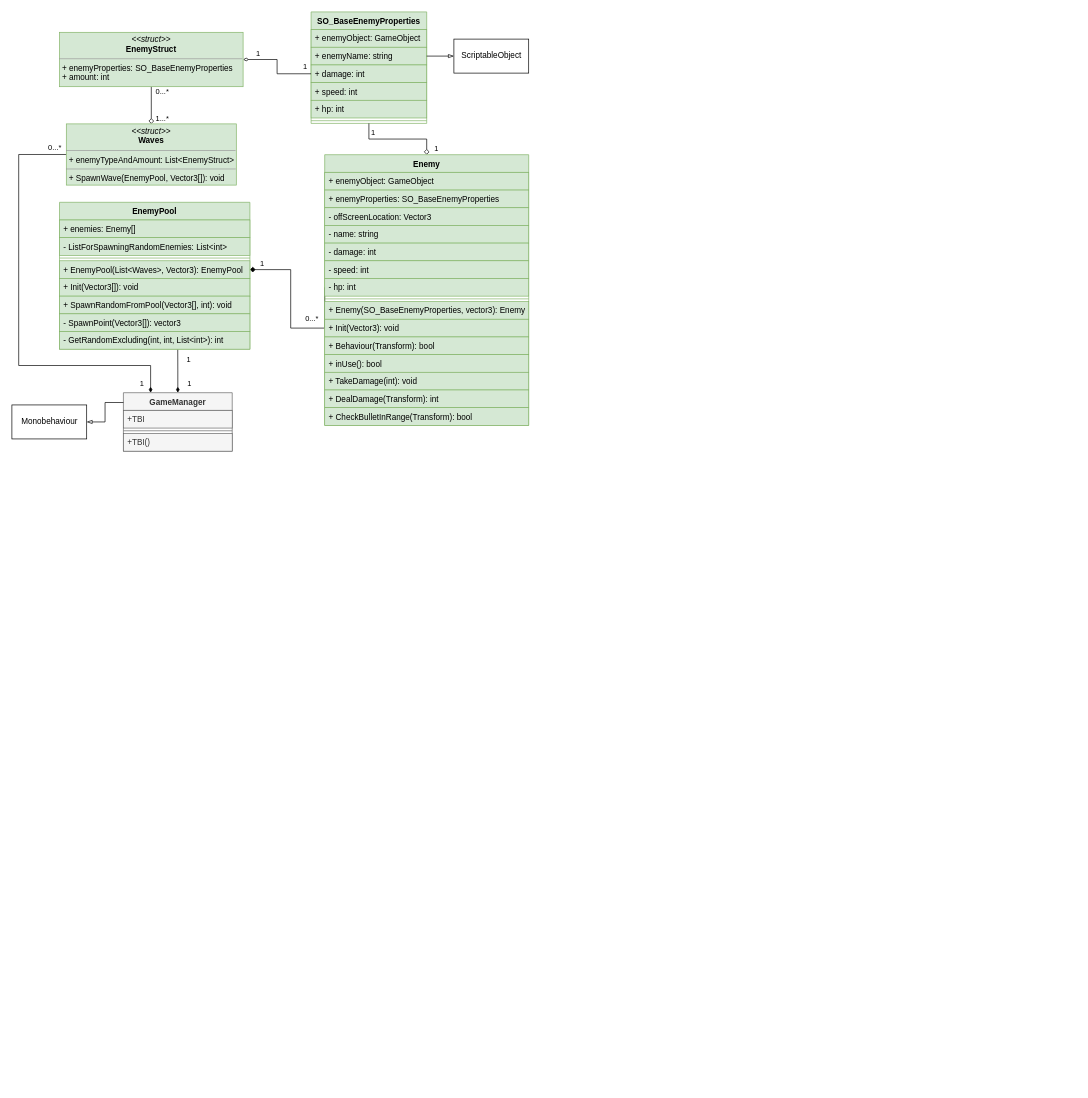
Before: UML_ClassDiagram.drawio in McYvar/Kernmodule-Architecture-Eindopdracht, a draw.io diagram. Source tidied: cells renumbered, new cells numbered last; positions are measured from the earlier drawing's top-left corner, leaving out a move shared by most shapes. Both pictures are drawn from the tidied source at 68%, with x=0, y=0 at pixel (12, 12).
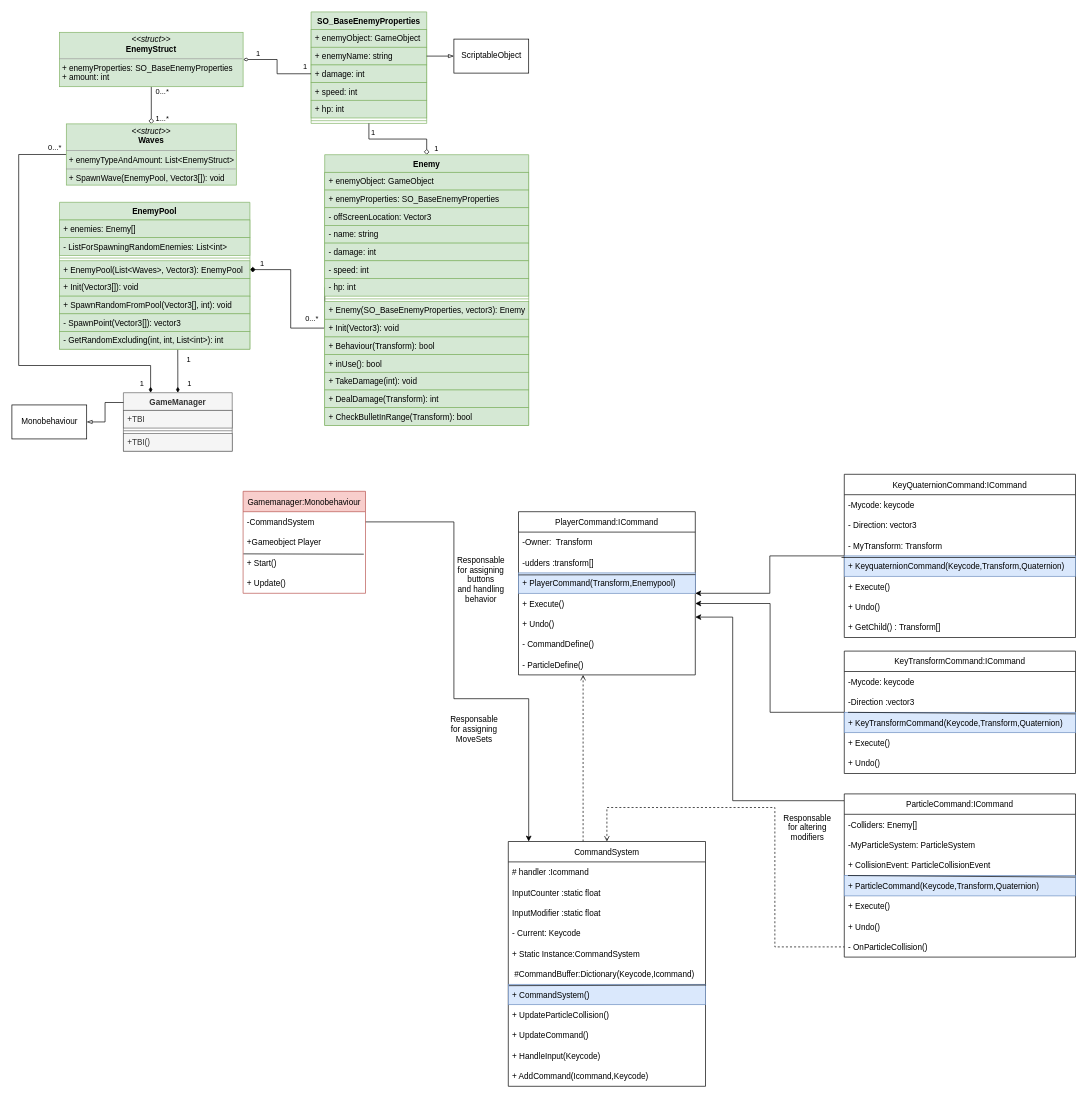
After the change.

Diff of the diagram source:
```diff
@@
+    <mxCell id="62" value="PlayerCommand:ICommand" style="swimlane;fontStyle=0;horizontal=1;startSize=30;" parent="1" vertex="1">
+      <mxGeometry x="745" y="735" width="260" height="240" as="geometry" />
+    </mxCell>
+    <mxCell id="63" value="-Owner:  Transform " style="text;strokeColor=none;fillColor=none;align=left;verticalAlign=middle;spacingLeft=4;spacingRight=4;overflow=hidden;" parent="62" vertex="1">
+      <mxGeometry y="30" width="260" height="30" as="geometry" />
+    </mxCell>
+    <mxCell id="64" value="-udders :transform[]" style="text;strokeColor=none;fillColor=none;align=left;verticalAlign=middle;spacingLeft=4;spacingRight=4;overflow=hidden;points=[[0,0.5],[1,0.5]];portConstraint=eastwest;" parent="62" vertex="1">
+      <mxGeometry y="60" width="260" height="30" as="geometry" />
+    </mxCell>
+    <mxCell id="65" value="+ PlayerCommand(Transform,Enemypool)" style="text;strokeColor=#6c8ebf;fillColor=#dae8fc;align=left;verticalAlign=middle;spacingLeft=4;spacingRight=4;overflow=hidden;points=[[0,0.5],[1,0.5]];portConstraint=eastwest;" parent="62" vertex="1">
+      <mxGeometry y="90" width="260" height="30" as="geometry" />
+    </mxCell>
+    <mxCell id="66" value="+ Execute()" style="text;strokeColor=none;fillColor=none;align=left;verticalAlign=middle;spacingLeft=4;spacingRight=4;overflow=hidden;" parent="62" vertex="1">
+      <mxGeometry y="120" width="260" height="30" as="geometry" />
+    </mxCell>
+    <mxCell id="67" value="+ Undo()" style="text;strokeColor=none;fillColor=none;align=left;verticalAlign=middle;spacingLeft=4;spacingRight=4;overflow=hidden;" parent="62" vertex="1">
+      <mxGeometry y="150" width="260" height="30" as="geometry" />
+    </mxCell>
+    <mxCell id="68" style="endArrow=none;html=1;rounded=0;fontSize=24;entryX=1;entryY=1.085;entryDx=0;entryDy=0;entryPerimeter=0;exitX=0;exitY=0.099;exitDx=0;exitDy=0;exitPerimeter=0;" parent="62" edge="1" source="65" target="64">
+      <mxGeometry relative="1" as="geometry" />
+    </mxCell>
+    <mxCell id="69" value="- CommandDefine()" style="text;strokeColor=none;fillColor=none;align=left;verticalAlign=middle;spacingLeft=4;spacingRight=4;overflow=hidden;" parent="62" vertex="1">
+      <mxGeometry y="180" width="260" height="30" as="geometry" />
+    </mxCell>
+    <mxCell id="70" value="- ParticleDefine()" style="text;strokeColor=none;fillColor=none;align=left;verticalAlign=middle;spacingLeft=4;spacingRight=4;overflow=hidden;" parent="62" vertex="1">
+      <mxGeometry y="210" width="260" height="30" as="geometry" />
+    </mxCell>
+    <mxCell id="71" style="edgeStyle=orthogonalEdgeStyle;rounded=0;jettySize=auto;html=1;fontSize=12;endArrow=classic;endFill=1;" parent="1" edge="1" source="72" target="80">
+      <mxGeometry relative="1" as="geometry">
+        <Array as="points">
+          <mxPoint x="650" y="750" />
+          <mxPoint x="650" y="1010" />
+          <mxPoint x="760" y="1010" />
+        </Array>
+      </mxGeometry>
+    </mxCell>
+    <mxCell id="72" value="Gamemanager:Monobehaviour" style="swimlane;fontStyle=0;horizontal=1;startSize=30;fillColor=#f8cecc;strokeColor=#b85450;" parent="1" vertex="1">
+      <mxGeometry x="340" y="705" width="180" height="150" as="geometry" />
+    </mxCell>
+    <mxCell id="73" value="-CommandSystem" style="text;strokeColor=none;fillColor=none;align=left;verticalAlign=middle;spacingLeft=4;spacingRight=4;overflow=hidden;" parent="72" vertex="1">
+      <mxGeometry y="30" width="180" height="30" as="geometry" />
+    </mxCell>
+    <mxCell id="74" value="+Gameobject Player" style="text;strokeColor=none;fillColor=none;align=left;verticalAlign=middle;spacingLeft=4;spacingRight=4;overflow=hidden;points=[[0,0.5],[1,0.5]];portConstraint=eastwest;" parent="72" vertex="1">
+      <mxGeometry y="60" width="180" height="30" as="geometry" />
+    </mxCell>
+    <mxCell id="75" value="+ Start()" style="text;strokeColor=none;fillColor=none;align=left;verticalAlign=middle;spacingLeft=4;spacingRight=4;overflow=hidden;points=[[0,0.5],[1,0.5]];portConstraint=eastwest;" parent="72" vertex="1">
+      <mxGeometry y="90" width="180" height="30" as="geometry" />
+    </mxCell>
+    <mxCell id="76" value="+ Update()" style="text;strokeColor=none;fillColor=none;align=left;verticalAlign=middle;spacingLeft=4;spacingRight=4;overflow=hidden;" parent="72" vertex="1">
+      <mxGeometry y="120" width="180" height="30" as="geometry" />
+    </mxCell>
+    <mxCell id="77" style="endArrow=none;html=1;rounded=0;fontSize=24;entryX=0.986;entryY=1.082;entryDx=0;entryDy=0;entryPerimeter=0;exitX=0.003;exitY=0.067;exitDx=0;exitDy=0;exitPerimeter=0;" parent="72" edge="1" source="75" target="74">
+      <mxGeometry relative="1" as="geometry" />
+    </mxCell>
+    <mxCell id="78" style="edgeStyle=orthogonalEdgeStyle;rounded=0;jettySize=auto;html=1;dashed=1;fontSize=12;endArrow=open;endFill=0;" parent="1" edge="1" source="80" target="62">
+      <mxGeometry relative="1" as="geometry">
+        <Array as="points">
+          <mxPoint x="840" y="1100" />
+          <mxPoint x="840" y="1100" />
+        </Array>
+      </mxGeometry>
+    </mxCell>
+    <mxCell id="79" style="edgeStyle=orthogonalEdgeStyle;rounded=0;jettySize=auto;html=1;dashed=1;endArrow=none;endFill=0;startArrow=open;startFill=0;" parent="1" edge="1" source="80" target="123">
+      <mxGeometry relative="1" as="geometry">
+        <Array as="points">
+          <mxPoint x="875" y="1170" />
+          <mxPoint x="1122" y="1170" />
+          <mxPoint x="1122" y="1375" />
+        </Array>
+      </mxGeometry>
+    </mxCell>
+    <mxCell id="80" value="CommandSystem" style="swimlane;fontStyle=0;horizontal=1;startSize=30;" parent="1" vertex="1">
+      <mxGeometry x="730" y="1220" width="290" height="360" as="geometry" />
+    </mxCell>
+    <mxCell id="81" value="# handler :Icommand " style="text;strokeColor=none;fillColor=none;align=left;verticalAlign=middle;spacingLeft=4;spacingRight=4;overflow=hidden;" parent="80" vertex="1">
+      <mxGeometry y="30" width="290" height="30" as="geometry" />
+    </mxCell>
+    <mxCell id="82" value="InputCounter :static float" style="text;strokeColor=none;fillColor=none;align=left;verticalAlign=middle;spacingLeft=4;spacingRight=4;overflow=hidden;" parent="80" vertex="1">
+      <mxGeometry y="60" width="290" height="30" as="geometry" />
+    </mxCell>
+    <mxCell id="83" value="InputModifier :static float" style="text;strokeColor=none;fillColor=none;align=left;verticalAlign=middle;spacingLeft=4;spacingRight=4;overflow=hidden;" parent="80" vertex="1">
+      <mxGeometry y="90" width="290" height="30" as="geometry" />
+    </mxCell>
+    <mxCell id="84" value="- Current: Keycode" style="text;strokeColor=none;fillColor=none;align=left;verticalAlign=middle;spacingLeft=4;spacingRight=4;overflow=hidden;" parent="80" vertex="1">
+      <mxGeometry y="120" width="290" height="30" as="geometry" />
+    </mxCell>
+    <mxCell id="85" value="+ Static Instance:CommandSystem" style="text;strokeColor=none;fillColor=none;align=left;verticalAlign=middle;spacingLeft=4;spacingRight=4;overflow=hidden;" parent="80" vertex="1">
+      <mxGeometry y="150" width="290" height="30" as="geometry" />
+    </mxCell>
+    <mxCell id="86" value=" #CommandBuffer:Dictionary(Keycode,Icommand)" style="text;strokeColor=none;fillColor=none;align=left;verticalAlign=middle;spacingLeft=4;spacingRight=4;overflow=hidden;points=[[0,0.5],[1,0.5]];portConstraint=eastwest;" parent="80" vertex="1">
+      <mxGeometry y="180" width="290" height="30" as="geometry" />
+    </mxCell>
+    <mxCell id="87" value="+ CommandSystem()" style="text;strokeColor=#6c8ebf;fillColor=#dae8fc;align=left;verticalAlign=middle;spacingLeft=4;spacingRight=4;overflow=hidden;points=[[0,0.5],[1,0.5]];portConstraint=eastwest;" parent="80" vertex="1">
+      <mxGeometry y="210" width="290" height="30" as="geometry" />
+    </mxCell>
+    <mxCell id="88" value="+ UpdateParticleCollision()" style="text;strokeColor=none;fillColor=none;align=left;verticalAlign=middle;spacingLeft=4;spacingRight=4;overflow=hidden;" parent="80" vertex="1">
+      <mxGeometry y="240" width="290" height="30" as="geometry" />
+    </mxCell>
+    <mxCell id="89" value="+ UpdateCommand()" style="text;strokeColor=none;fillColor=none;align=left;verticalAlign=middle;spacingLeft=4;spacingRight=4;overflow=hidden;" parent="80" vertex="1">
+      <mxGeometry y="270" width="290" height="30" as="geometry" />
+    </mxCell>
+    <mxCell id="90" style="endArrow=none;html=1;rounded=0;fontSize=24;entryX=1.003;entryY=1.037;entryDx=0;entryDy=0;entryPerimeter=0;exitX=0.003;exitY=0.067;exitDx=0;exitDy=0;exitPerimeter=0;" parent="80" edge="1" source="87" target="86">
+      <mxGeometry relative="1" as="geometry" />
+    </mxCell>
+    <mxCell id="91" value="+ HandleInput(Keycode)" style="text;strokeColor=none;fillColor=none;align=left;verticalAlign=middle;spacingLeft=4;spacingRight=4;overflow=hidden;" parent="80" vertex="1">
+      <mxGeometry y="300" width="290" height="30" as="geometry" />
+    </mxCell>
+    <mxCell id="92" value="+ AddCommand(Icommand,Keycode)" style="text;strokeColor=none;fillColor=none;align=left;verticalAlign=middle;spacingLeft=4;spacingRight=4;overflow=hidden;" parent="80" vertex="1">
+      <mxGeometry y="330" width="290" height="30" as="geometry" />
+    </mxCell>
+    <mxCell id="93" value="Responsable for assigning buttons&lt;br&gt;and handling behavior" style="text;html=1;strokeColor=none;fillColor=none;align=center;verticalAlign=middle;whiteSpace=wrap;rounded=0;fontSize=12;" parent="1" vertex="1">
+      <mxGeometry x="660" y="820" width="60" height="30" as="geometry" />
+    </mxCell>
+    <mxCell id="94" value="Responsable for assigning MoveSets" style="text;html=1;strokeColor=none;fillColor=none;align=center;verticalAlign=middle;whiteSpace=wrap;rounded=0;fontSize=12;" parent="1" vertex="1">
+      <mxGeometry x="650" y="1040" width="60" height="30" as="geometry" />
+    </mxCell>
+    <mxCell id="95" value="Responsable for altering modifiers" style="text;html=1;strokeColor=none;fillColor=none;align=center;verticalAlign=middle;whiteSpace=wrap;rounded=0;fontSize=12;" parent="1" vertex="1">
+      <mxGeometry x="1140" y="1185" width="60" height="30" as="geometry" />
+    </mxCell>
+    <mxCell id="96" style="edgeStyle=orthogonalEdgeStyle;rounded=0;jettySize=auto;html=1;" parent="1" edge="1" source="97" target="62">
+      <mxGeometry relative="1" as="geometry" />
+    </mxCell>
+    <mxCell id="97" value="KeyQuaternionCommand:ICommand" style="swimlane;fontStyle=0;horizontal=1;startSize=30;" parent="1" vertex="1">
+      <mxGeometry x="1224.1" y="680" width="340" height="240" as="geometry" />
+    </mxCell>
+    <mxCell id="98" value="-Mycode: keycode" style="text;strokeColor=none;fillColor=none;align=left;verticalAlign=middle;spacingLeft=4;spacingRight=4;overflow=hidden;" parent="97" vertex="1">
+      <mxGeometry y="30" width="340" height="30" as="geometry" />
+    </mxCell>
+    <mxCell id="99" value="- Direction: vector3" style="text;strokeColor=none;fillColor=none;align=left;verticalAlign=middle;spacingLeft=4;spacingRight=4;overflow=hidden;" parent="97" vertex="1">
+      <mxGeometry y="60" width="340" height="30" as="geometry" />
+    </mxCell>
+    <mxCell id="100" value="- MyTransform: Transform" style="text;strokeColor=none;fillColor=none;align=left;verticalAlign=middle;spacingLeft=4;spacingRight=4;overflow=hidden;points=[[0,0.5],[1,0.5]];portConstraint=eastwest;" parent="97" vertex="1">
+      <mxGeometry y="90" width="340" height="30" as="geometry" />
+    </mxCell>
+    <mxCell id="101" value="+ KeyquaternionCommand(Keycode,Transform,Quaternion)" style="text;strokeColor=#6c8ebf;fillColor=#dae8fc;align=left;verticalAlign=middle;spacingLeft=4;spacingRight=4;overflow=hidden;points=[[0,0.5],[1,0.5]];portConstraint=eastwest;" parent="97" vertex="1">
+      <mxGeometry y="120" width="340" height="30" as="geometry" />
+    </mxCell>
+    <mxCell id="102" value="+ Execute()" style="text;strokeColor=none;fillColor=none;align=left;verticalAlign=middle;spacingLeft=4;spacingRight=4;overflow=hidden;" parent="97" vertex="1">
+      <mxGeometry y="150" width="340" height="30" as="geometry" />
+    </mxCell>
+    <mxCell id="103" value="+ Undo()" style="text;strokeColor=none;fillColor=none;align=left;verticalAlign=middle;spacingLeft=4;spacingRight=4;overflow=hidden;" parent="97" vertex="1">
+      <mxGeometry y="180" width="340" height="30" as="geometry" />
+    </mxCell>
+    <mxCell id="104" style="endArrow=none;html=1;rounded=0;fontSize=24;entryX=0.999;entryY=0.077;entryDx=0;entryDy=0;entryPerimeter=0;exitX=-0.012;exitY=1.077;exitDx=0;exitDy=0;exitPerimeter=0;" parent="97" edge="1" source="100" target="101">
+      <mxGeometry relative="1" as="geometry" />
+    </mxCell>
+    <mxCell id="105" value="+ GetChild() : Transform[] " style="text;strokeColor=none;fillColor=none;align=left;verticalAlign=middle;spacingLeft=4;spacingRight=4;overflow=hidden;" parent="97" vertex="1">
+      <mxGeometry y="210" width="340" height="30" as="geometry" />
+    </mxCell>
+    <mxCell id="106" style="edgeStyle=orthogonalEdgeStyle;rounded=0;jettySize=auto;html=1;" parent="1" edge="1" source="107" target="62">
+      <mxGeometry relative="1" as="geometry">
+        <Array as="points">
+          <mxPoint x="1115" y="1030" />
+          <mxPoint x="1115" y="870" />
+        </Array>
+      </mxGeometry>
+    </mxCell>
+    <mxCell id="107" value="KeyTransformCommand:ICommand" style="swimlane;fontStyle=0;horizontal=1;startSize=30;" parent="1" vertex="1">
+      <mxGeometry x="1224.1" y="940" width="340" height="180" as="geometry" />
+    </mxCell>
+    <mxCell id="108" value="-Mycode: keycode" style="text;strokeColor=none;fillColor=none;align=left;verticalAlign=middle;spacingLeft=4;spacingRight=4;overflow=hidden;" parent="107" vertex="1">
+      <mxGeometry y="30" width="340" height="30" as="geometry" />
+    </mxCell>
+    <mxCell id="109" value="-Direction :vector3" style="text;strokeColor=none;fillColor=none;align=left;verticalAlign=middle;spacingLeft=4;spacingRight=4;overflow=hidden;" parent="107" vertex="1">
+      <mxGeometry y="60" width="340" height="30" as="geometry" />
+    </mxCell>
+    <mxCell id="110" value="+ KeyTransformCommand(Keycode,Transform,Quaternion)" style="text;strokeColor=#6c8ebf;fillColor=#dae8fc;align=left;verticalAlign=middle;spacingLeft=4;spacingRight=4;overflow=hidden;points=[[0,0.5],[1,0.5]];portConstraint=eastwest;" parent="107" vertex="1">
+      <mxGeometry y="90" width="340" height="30" as="geometry" />
+    </mxCell>
+    <mxCell id="111" value="+ Execute()" style="text;strokeColor=none;fillColor=none;align=left;verticalAlign=middle;spacingLeft=4;spacingRight=4;overflow=hidden;" parent="107" vertex="1">
+      <mxGeometry y="120" width="340" height="30" as="geometry" />
+    </mxCell>
+    <mxCell id="112" value="+ Undo()" style="text;strokeColor=none;fillColor=none;align=left;verticalAlign=middle;spacingLeft=4;spacingRight=4;overflow=hidden;" parent="107" vertex="1">
+      <mxGeometry y="150" width="340" height="30" as="geometry" />
+    </mxCell>
+    <mxCell id="113" style="endArrow=none;html=1;rounded=0;fontSize=24;entryX=0.999;entryY=0.077;entryDx=0;entryDy=0;entryPerimeter=0;exitX=0.016;exitY=0.002;exitDx=0;exitDy=0;exitPerimeter=0;" parent="107" edge="1" source="110" target="110">
+      <mxGeometry relative="1" as="geometry" />
+    </mxCell>
+    <mxCell id="114" style="edgeStyle=orthogonalEdgeStyle;rounded=0;jettySize=auto;html=1;" parent="1" edge="1" source="115" target="62">
+      <mxGeometry relative="1" as="geometry">
+        <Array as="points">
+          <mxPoint x="1060" y="1160" />
+          <mxPoint x="1060" y="890" />
+        </Array>
+      </mxGeometry>
+    </mxCell>
+    <mxCell id="115" value="ParticleCommand:ICommand" style="swimlane;fontStyle=0;horizontal=1;startSize=30;" parent="1" vertex="1">
+      <mxGeometry x="1224.1" y="1150" width="340" height="240" as="geometry" />
+    </mxCell>
+    <mxCell id="116" value="-Colliders: Enemy[] " style="text;strokeColor=none;fillColor=none;align=left;verticalAlign=middle;spacingLeft=4;spacingRight=4;overflow=hidden;" parent="115" vertex="1">
+      <mxGeometry y="30" width="340" height="30" as="geometry" />
+    </mxCell>
+    <mxCell id="117" value="-MyParticleSystem: ParticleSystem" style="text;strokeColor=none;fillColor=none;align=left;verticalAlign=middle;spacingLeft=4;spacingRight=4;overflow=hidden;" parent="115" vertex="1">
+      <mxGeometry y="60" width="340" height="30" as="geometry" />
+    </mxCell>
+    <mxCell id="118" value="+ CollisionEvent: ParticleCollisionEvent" style="text;strokeColor=none;fillColor=none;align=left;verticalAlign=middle;spacingLeft=4;spacingRight=4;overflow=hidden;" parent="115" vertex="1">
+      <mxGeometry y="90" width="340" height="30" as="geometry" />
+    </mxCell>
+    <mxCell id="119" value="+ ParticleCommand(Keycode,Transform,Quaternion)" style="text;strokeColor=#6c8ebf;fillColor=#dae8fc;align=left;verticalAlign=middle;spacingLeft=4;spacingRight=4;overflow=hidden;points=[[0,0.5],[1,0.5]];portConstraint=eastwest;" parent="115" vertex="1">
+      <mxGeometry y="120" width="340" height="30" as="geometry" />
+    </mxCell>
+    <mxCell id="120" value="+ Execute()" style="text;strokeColor=none;fillColor=none;align=left;verticalAlign=middle;spacingLeft=4;spacingRight=4;overflow=hidden;" parent="115" vertex="1">
+      <mxGeometry y="150" width="340" height="30" as="geometry" />
+    </mxCell>
+    <mxCell id="121" value="+ Undo()" style="text;strokeColor=none;fillColor=none;align=left;verticalAlign=middle;spacingLeft=4;spacingRight=4;overflow=hidden;" parent="115" vertex="1">
+      <mxGeometry y="180" width="340" height="30" as="geometry" />
+    </mxCell>
+    <mxCell id="122" style="endArrow=none;html=1;rounded=0;fontSize=24;entryX=0.999;entryY=0.077;entryDx=0;entryDy=0;entryPerimeter=0;exitX=0.016;exitY=0.002;exitDx=0;exitDy=0;exitPerimeter=0;" parent="115" edge="1" source="119" target="119">
+      <mxGeometry relative="1" as="geometry" />
+    </mxCell>
+    <mxCell id="123" value="- OnParticleCollision()" style="text;strokeColor=none;fillColor=none;align=left;verticalAlign=middle;spacingLeft=4;spacingRight=4;overflow=hidden;points=[[0,0.5],[1,0.5]];portConstraint=eastwest;" parent="115" vertex="1">
+      <mxGeometry y="210" width="340" height="30" as="geometry" />
+    </mxCell>
```
